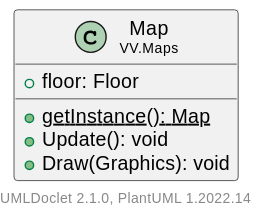
Before: docs/VV/Maps/Map.svg, a diagram exported from PlantUML (vieruuuu/valentin-vulture).
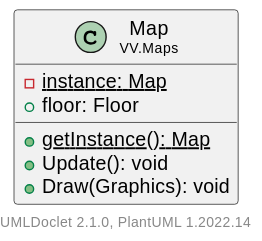
The same file after the commit.

What changed in the source:
```diff
@@ -4,6 +4,7 @@
     hide empty methods
 
     class "<size:14>Map\n<size:10>VV.Maps" as VV.Maps.Map [[Map.html]] {
+        {static} -instance: Map
         +floor: Floor
         {static} +getInstance(): Map
         +Update(): void
```
